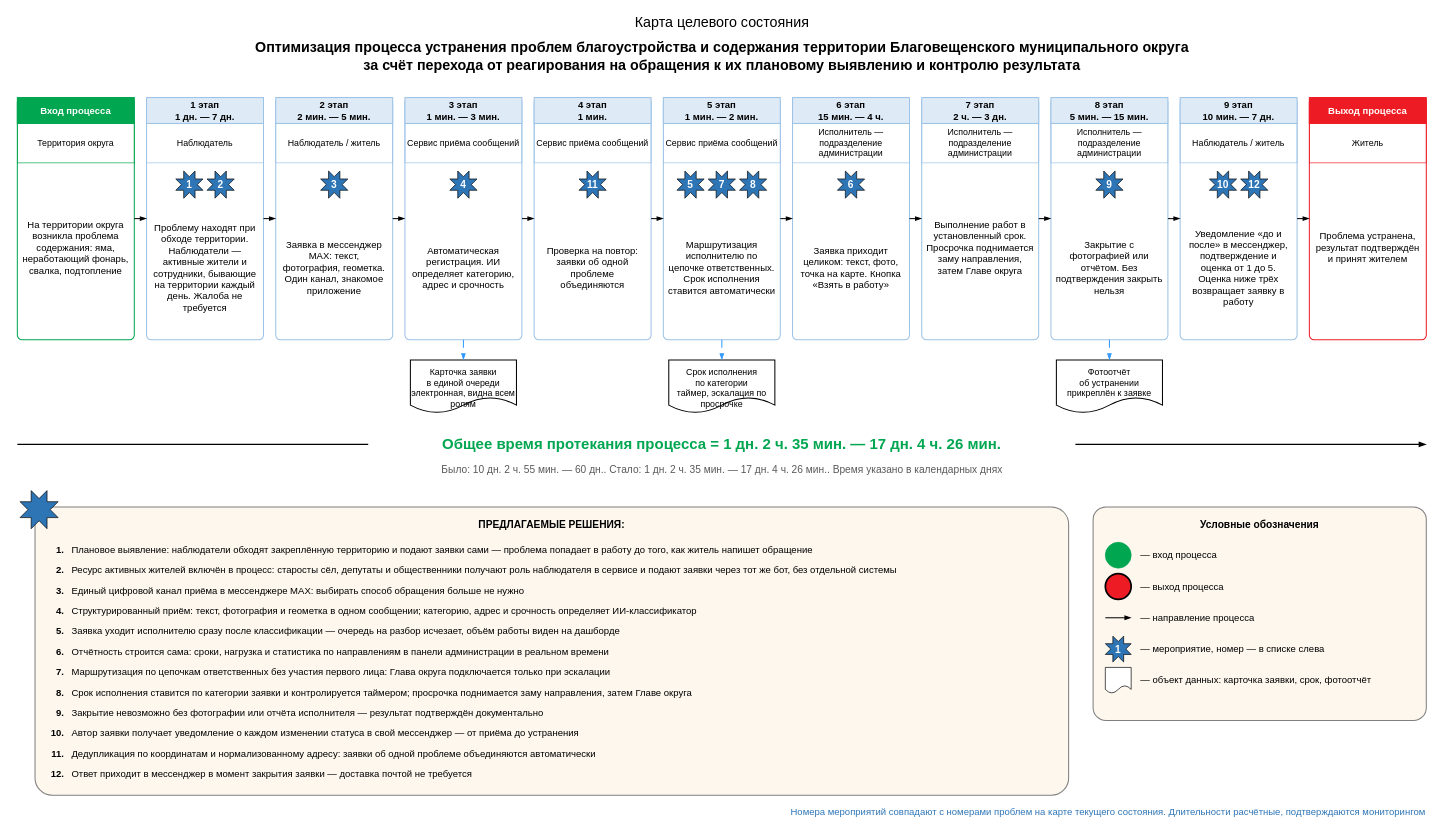
NiceGenn/Team-28-progress keeps this draw.io diagram as файлы/karta-celevogo.drawio. Above is the earlier version. Source tidied: cells renumbered, new cells numbered last; positions are measured from the earlier drawing's top-left corner, leaving out a move shared by most shapes. Both pictures are drawn from the tidied source at 68%, with x=0, y=0 at pixel (17, 12).
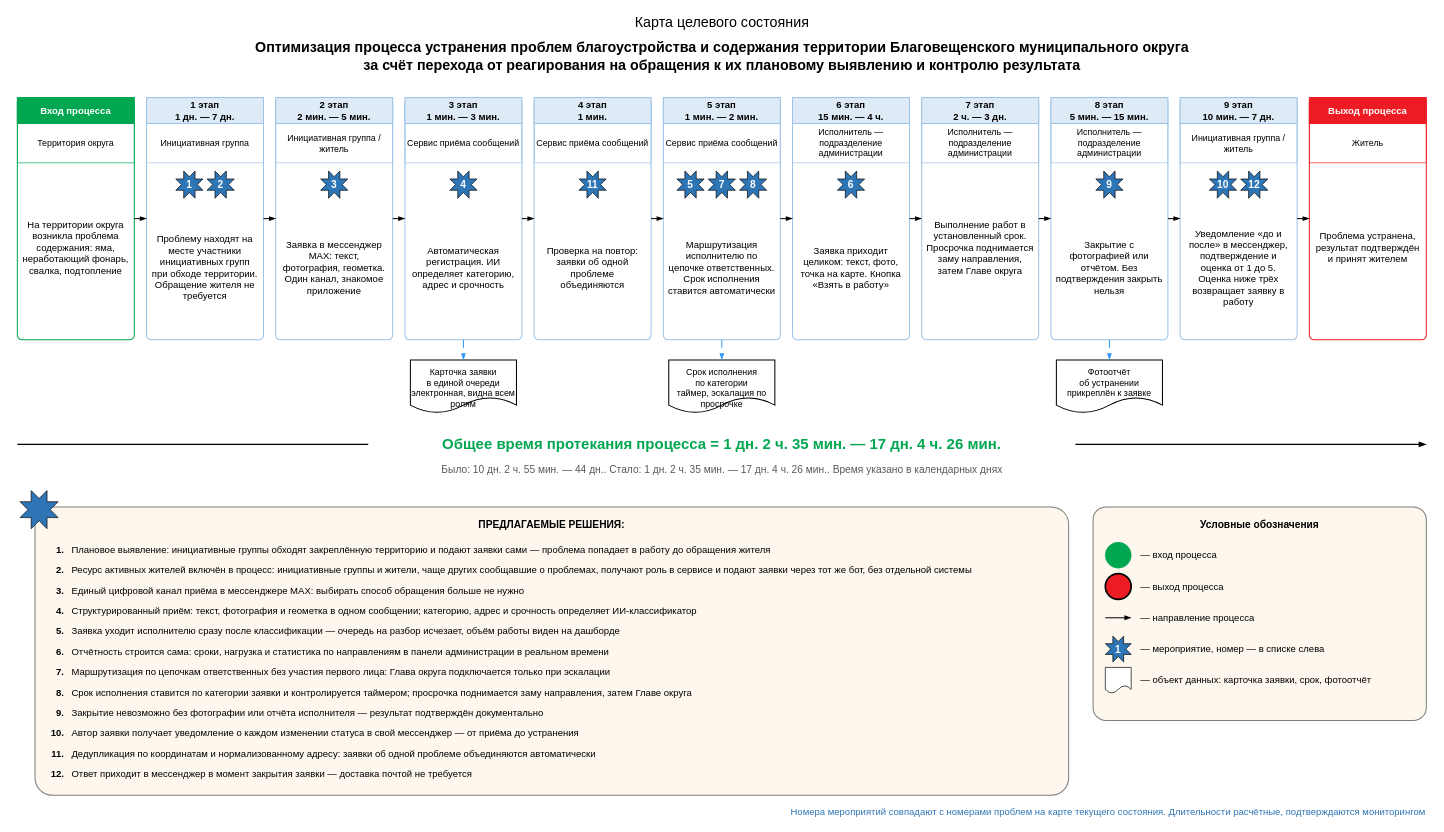
Above is the later version.

The change refers to these unchanged cells:
```xml
<mxCell id="79" value="ПРЕДЛАГАЕМЫЕ РЕШЕНИЯ:" style="rounded=1;arcSize=6;whiteSpace=wrap;html=1;fillColor=#FDF7EE;strokeColor=#7F7F7F;strokeWidth=1.5;verticalAlign=top;align=center;fontSize=15;fontStyle=1;spacing=12;" parent="1" vertex="1">
  <mxGeometry x="26" y="728" width="1520" height="424" as="geometry" />
</mxCell>
```

The edit, as a diff of the source:
```diff
@@
-    <mxCell id="8" value="Наблюдатель" style="rounded=0;whiteSpace=wrap;html=1;fillColor=none;strokeColor=#9DC3E6;strokeWidth=1;fontSize=13;verticalAlign=middle;spacing=3;" parent="1" vertex="1">
+    <mxCell id="8" value="Инициативная группа" style="rounded=0;whiteSpace=wrap;html=1;fillColor=none;strokeColor=#9DC3E6;strokeWidth=1;fontSize=13;verticalAlign=middle;spacing=3;" parent="1" vertex="1">
       <mxGeometry x="190" y="164" width="172" height="58" as="geometry" />
     </mxCell>
@@
-    <mxCell id="11" value="Проблему находят при обходе территории. Наблюдатели — активные жители и сотрудники, бывающие на территории каждый день. Жалоба не требуется" style="text;html=1;whiteSpace=wrap;align=center;verticalAlign=middle;fontSize=14;" parent="1" vertex="1">
+    <mxCell id="11" value="Проблему находят на месте участники инициативных групп при обходе территории. Обращение жителя не требуется" style="text;html=1;whiteSpace=wrap;align=center;verticalAlign=middle;fontSize=14;" parent="1" vertex="1">
       <mxGeometry x="196" y="280" width="160" height="192" as="geometry" />
     </mxCell>
@@
-    <mxCell id="14" value="Наблюдатель / житель" style="rounded=0;whiteSpace=wrap;html=1;fillColor=none;strokeColor=#9DC3E6;strokeWidth=1;fontSize=13;verticalAlign=middle;spacing=3;" parent="1" vertex="1">
+    <mxCell id="14" value="Инициативная группа / житель" style="rounded=0;whiteSpace=wrap;html=1;fillColor=none;strokeColor=#9DC3E6;strokeWidth=1;fontSize=13;verticalAlign=middle;spacing=3;" parent="1" vertex="1">
       <mxGeometry x="380" y="164" width="172" height="58" as="geometry" />
     </mxCell>
@@
-    <mxCell id="50" value="Наблюдатель / житель" style="rounded=0;whiteSpace=wrap;html=1;fillColor=none;strokeColor=#9DC3E6;strokeWidth=1;fontSize=13;verticalAlign=middle;spacing=3;" parent="1" vertex="1">
+    <mxCell id="50" value="Инициативная группа / житель" style="rounded=0;whiteSpace=wrap;html=1;fillColor=none;strokeColor=#9DC3E6;strokeWidth=1;fontSize=13;verticalAlign=middle;spacing=3;" parent="1" vertex="1">
       <mxGeometry x="1710" y="164" width="172" height="58" as="geometry" />
     </mxCell>
@@
-    <mxCell id="78" value="Было: 10 дн. 2 ч. 55 мин. — 60 дн..   Стало: 1 дн. 2 ч. 35 мин. — 17 дн. 4 ч. 26 мин..   Время указано в календарных днях" style="text;html=1;align=center;verticalAlign=middle;fontSize=15;fontColor=#595959;" parent="1" vertex="1">
+    <mxCell id="78" value="Было: 10 дн. 2 ч. 55 мин. — 44 дн..   Стало: 1 дн. 2 ч. 35 мин. — 17 дн. 4 ч. 26 мин..   Время указано в календарных днях" style="text;html=1;align=center;verticalAlign=middle;fontSize=15;fontColor=#595959;" parent="1" vertex="1">
       <mxGeometry x="476" y="660" width="1120" height="26" as="geometry" />
     </mxCell>
@@
-    <mxCell id="81" value="Плановое выявление: наблюдатели обходят закреплённую территорию и подают заявки сами — проблема попадает в работу до того, как житель напишет обращение" style="text;html=1;align=left;verticalAlign=middle;fontSize=14;" parent="79" vertex="1">
+    <mxCell id="81" value="Плановое выявление: инициативные группы обходят закреплённую территорию и подают заявки сами — проблема попадает в работу до обращения жителя" style="text;html=1;align=left;verticalAlign=middle;fontSize=14;" parent="79" vertex="1">
       <mxGeometry x="52" y="48" width="1450" height="30" as="geometry" />
     </mxCell>
@@
-    <mxCell id="83" value="Ресурс активных жителей включён в процесс: старосты сёл, депутаты и общественники получают роль наблюдателя в сервисе и подают заявки через тот же бот, без отдельной системы" style="text;html=1;align=left;verticalAlign=middle;fontSize=14;" parent="79" vertex="1">
+    <mxCell id="83" value="Ресурс активных жителей включён в процесс: инициативные группы и жители, чаще других сообщавшие о проблемах, получают роль в сервисе и подают заявки через тот же бот, без отдельной системы" style="text;html=1;align=left;verticalAlign=middle;fontSize=14;" parent="79" vertex="1">
       <mxGeometry x="52" y="78" width="1450" height="30" as="geometry" />
     </mxCell>
```
